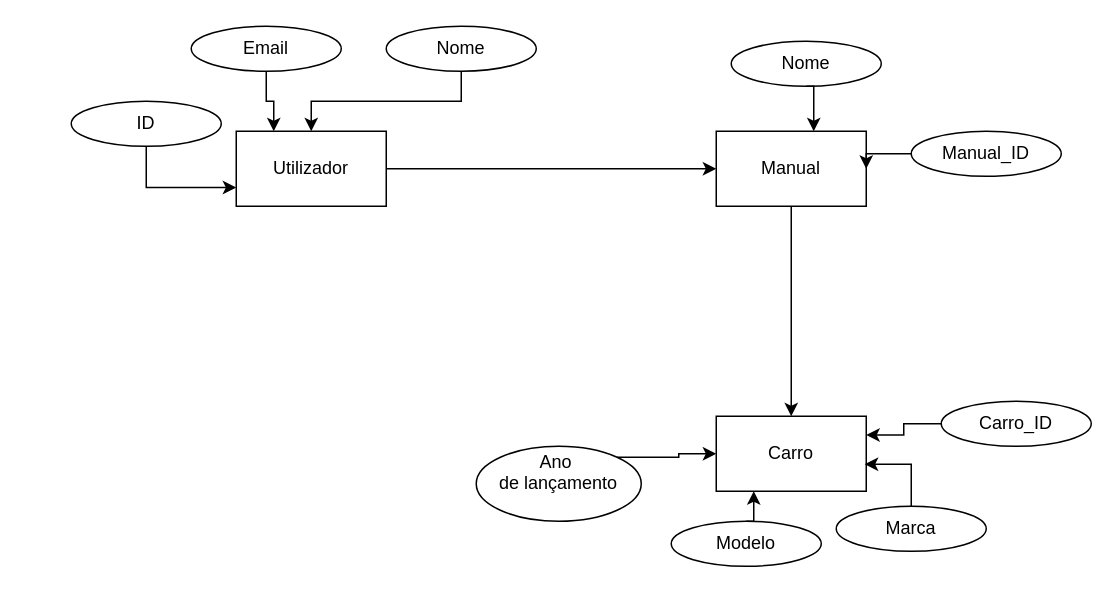
The draw.io diagram BaseDeDadosPW.drawio in hlira44/Projeto1-PW2324, before the edit. Source tidied: cells renumbered, new cells numbered last; positions are measured from the earlier drawing's top-left corner, leaving out a move shared by most shapes. Both pictures are drawn from the tidied source at 150%, with x=0, y=0 at pixel (70, 26).
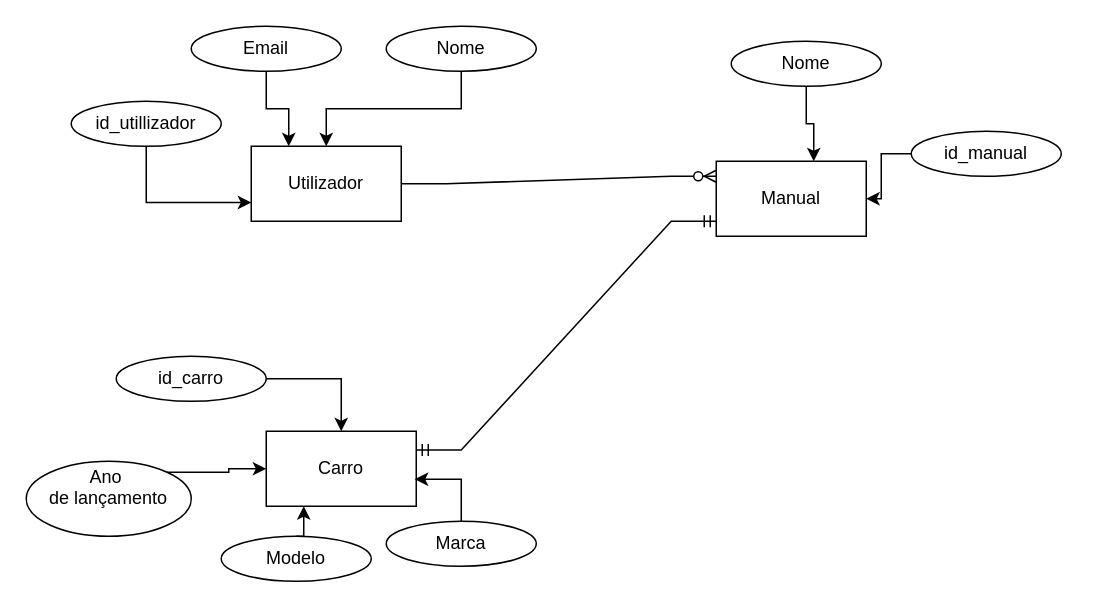
Above is the later version.

What changed in the source:
```diff
@@
-    <mxCell id="2" style="edgeStyle=orthogonalEdgeStyle;rounded=0;jettySize=auto;html=1;exitX=1;exitY=0.5;exitDx=0;exitDy=0;entryX=0;entryY=0.5;entryDx=0;entryDy=0;" parent="1" edge="1" source="3" target="5">
-      <mxGeometry relative="1" as="geometry" />
-    </mxCell>
     <mxCell id="3" value="Utilizador" style="html=1;dashed=0;whiteSpace=wrap;" parent="1" vertex="1">
-      <mxGeometry x="110" y="70" width="100" height="50" as="geometry" />
+      <mxGeometry x="120" y="80" width="100" height="50" as="geometry" />
     </mxCell>
-    <mxCell id="4" style="edgeStyle=orthogonalEdgeStyle;rounded=0;jettySize=auto;html=1;exitX=0.5;exitY=1;exitDx=0;exitDy=0;" parent="1" edge="1" source="5" target="6">
-      <mxGeometry relative="1" as="geometry" />
-    </mxCell>
     <mxCell id="5" value="Manual" style="html=1;dashed=0;whiteSpace=wrap;" parent="1" vertex="1">
-      <mxGeometry x="430" y="70" width="100" height="50" as="geometry" />
+      <mxGeometry x="430" y="90" width="100" height="50" as="geometry" />
     </mxCell>
     <mxCell id="6" value="Carro" style="html=1;dashed=0;whiteSpace=wrap;" parent="1" vertex="1">
-      <mxGeometry x="430" y="260" width="100" height="50" as="geometry" />
+      <mxGeometry x="130" y="270" width="100" height="50" as="geometry" />
     </mxCell>
@@
-    <mxCell id="13" value="ID" style="ellipse;whiteSpace=wrap;html=1;align=center;" parent="1" vertex="1">
+    <mxCell id="13" value="id_utillizador" style="ellipse;whiteSpace=wrap;html=1;align=center;" parent="1" vertex="1">
       <mxGeometry y="50" width="100" height="30" as="geometry" />
     </mxCell>
@@
-    <mxCell id="15" value="Manual_ID" style="ellipse;whiteSpace=wrap;html=1;align=center;" parent="1" vertex="1">
+    <mxCell id="15" value="id_manual" style="ellipse;whiteSpace=wrap;html=1;align=center;" parent="1" vertex="1">
       <mxGeometry x="560" y="70" width="100" height="30" as="geometry" />
     </mxCell>
@@
     <mxCell id="17" value="Ano&amp;nbsp;&lt;div&gt;de lançamento&lt;/div&gt;&lt;div&gt;&lt;br&gt;&lt;/div&gt;" style="ellipse;whiteSpace=wrap;html=1;align=center;" parent="1" vertex="1">
-      <mxGeometry x="270" y="280" width="110" height="50" as="geometry" />
+      <mxGeometry x="-30" y="290" width="110" height="50" as="geometry" />
     </mxCell>
@@
     <mxCell id="19" value="Modelo" style="ellipse;whiteSpace=wrap;html=1;align=center;" parent="1" vertex="1">
-      <mxGeometry x="400" y="330" width="100" height="30" as="geometry" />
+      <mxGeometry x="100" y="340" width="100" height="30" as="geometry" />
     </mxCell>
     <mxCell id="20" value="Marca" style="ellipse;whiteSpace=wrap;html=1;align=center;" parent="1" vertex="1">
-      <mxGeometry x="510" y="320" width="100" height="30" as="geometry" />
+      <mxGeometry x="210" y="330" width="100" height="30" as="geometry" />
     </mxCell>
-    <mxCell id="21" style="edgeStyle=orthogonalEdgeStyle;rounded=0;jettySize=auto;html=1;exitX=0;exitY=0.5;exitDx=0;exitDy=0;entryX=1;entryY=0.25;entryDx=0;entryDy=0;" parent="1" edge="1" source="22" target="6">
+    <mxCell id="21" style="edgeStyle=orthogonalEdgeStyle;rounded=0;jettySize=auto;html=1;exitX=1;exitY=0.5;exitDx=0;exitDy=0;entryX=0.5;entryY=0;entryDx=0;entryDy=0;" parent="1" edge="1" source="22" target="6">
       <mxGeometry relative="1" as="geometry" />
     </mxCell>
-    <mxCell id="22" value="Carro_ID" style="ellipse;whiteSpace=wrap;html=1;align=center;" parent="1" vertex="1">
-      <mxGeometry x="580" y="250" width="100" height="30" as="geometry" />
+    <mxCell id="22" value="id_carro" style="ellipse;whiteSpace=wrap;html=1;align=center;" parent="1" vertex="1">
+      <mxGeometry x="30" y="220" width="100" height="30" as="geometry" />
     </mxCell>
@@
+    <mxCell id="25" style="edgeStyle=entityRelationEdgeStyle;fontSize=12;html=1;endArrow=ERzeroToMany;endFill=1;rounded=0;exitX=1;exitY=0.5;exitDx=0;exitDy=0;" parent="1" edge="1" source="3">
+      <mxGeometry relative="1" as="geometry">
+        <mxPoint x="430" y="100" as="targetPoint" />
+      </mxGeometry>
+    </mxCell>
+    <mxCell id="26" style="edgeStyle=entityRelationEdgeStyle;fontSize=12;html=1;endArrow=ERmandOne;startArrow=ERmandOne;rounded=0;exitX=1;exitY=0.25;exitDx=0;exitDy=0;" parent="1" edge="1" source="6">
+      <mxGeometry relative="1" as="geometry">
+        <mxPoint x="430" y="130" as="targetPoint" />
+      </mxGeometry>
+    </mxCell>
```
